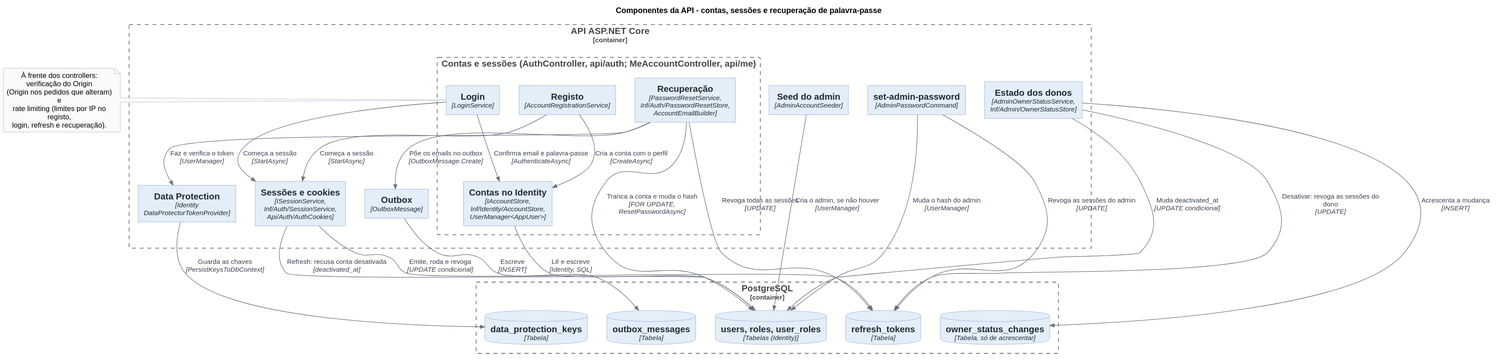
The PlantUML diagram docs/architecture/out/03-components-api-accounts.svg in rodrigo4sousa/SportsEstablishments, before a commit. Source of this version:
```plantuml
@startuml
!include <C4/C4_Component>
!include ../style.puml

title Componentes da API - contas, sessões e recuperação de palavra-passe

LAYOUT_TOP_DOWN()

Container_Boundary(C_API, "API ASP.NET Core") {
  Boundary(API_AUTH, "Contas e sessões (AuthController, api/auth; MeAccountController, api/me)") {
    Component(API_AUTH_REG, "Registo", "AccountRegistrationService")
    Component(API_AUTH_LOGIN, "Login", "LoginService")
    Component(API_AUTH_RESET, "Recuperação", "PasswordResetService, Inf/Auth/PasswordResetStore, AccountEmailBuilder")
    Component(API_AUTH_ACCOUNTS, "Contas no Identity", "IAccountStore, Inf/Identity/AccountStore, UserManager<AppUser>")
  }
  Component(CC_COOKIES, "Sessões e cookies", "ISessionService, Inf/Auth/SessionService, Api/Auth/AuthCookies")
  Component(CC_DATAPROT, "Data Protection", "Identity DataProtectorTokenProvider")
  Component(API_ADMINSEED, "Seed do admin", "AdminAccountSeeder")
  Component(API_ADMINPW, "set-admin-password", "AdminPasswordCommand")
  Component(API_ADMIN, "Estado dos donos", "AdminOwnerStatusService, Inf/Admin/OwnerStatusStore")
  Component(API_NOTIF, "Outbox", "OutboxMessage")
}

Container_Boundary(C_DB, "PostgreSQL") {
  ComponentDb(DB_USERS, "users, roles, user_roles", "Tabelas (Identity)")
  ComponentDb(DB_REFRESH, "refresh_tokens", "Tabela")
  ComponentDb(DB_DPKEYS, "data_protection_keys", "Tabela")
  ComponentDb(DB_STATUSCHG, "owner_status_changes", "Tabela, só de acrescentar")
  ComponentDb(DB_OUTBOX, "outbox_messages", "Tabela")
}

Rel(API_AUTH_REG, API_AUTH_ACCOUNTS, $plain("Cria a conta com o perfil"), "CreateAsync")
Rel(API_AUTH_REG, CC_COOKIES, $plain("Começa a sessão"), "StartAsync")
Rel(API_AUTH_LOGIN, API_AUTH_ACCOUNTS, $plain("Confirma email e palavra-passe"), "AuthenticateAsync")
Rel(API_AUTH_LOGIN, CC_COOKIES, $plain("Começa a sessão"), "StartAsync")
Rel(API_AUTH_ACCOUNTS, DB_USERS, $plain("Lê e escreve"), "Identity, SQL")
Rel(CC_COOKIES, DB_REFRESH, $plain("Emite, roda e revoga"), "UPDATE condicional")
Rel(CC_COOKIES, DB_USERS, $plain("Refresh: recusa conta desativada"), "deactivated_at")
Rel(API_AUTH_RESET, DB_USERS, $plain("Tranca a conta e muda o hash"), "FOR UPDATE, ResetPasswordAsync")
Rel(API_AUTH_RESET, DB_REFRESH, $plain("Revoga todas as sessões"), "UPDATE")
Rel(API_AUTH_RESET, API_NOTIF, $plain("Põe os emails no outbox"), "OutboxMessage.Create")
Rel(API_AUTH_RESET, CC_DATAPROT, $plain("Faz e verifica o token"), "UserManager")
Rel(CC_DATAPROT, DB_DPKEYS, $plain("Guarda as chaves"), "PersistKeysToDbContext")
Rel(API_NOTIF, DB_OUTBOX, $plain("Escreve"), "INSERT")
Rel(API_ADMINSEED, DB_USERS, $plain("Cria o admin, se não houver"), "UserManager")
Rel(API_ADMINPW, DB_USERS, $plain("Muda o hash do admin"), "UserManager")
Rel(API_ADMINPW, DB_REFRESH, $plain("Revoga as sessões do admin"), "UPDATE")
Rel(API_ADMIN, DB_USERS, $plain("Muda deactivated_at"), "UPDATE condicional")
Rel(API_ADMIN, DB_STATUSCHG, $plain("Acrescenta a mudança"), "INSERT")
Rel(API_ADMIN, DB_REFRESH, $plain("Desativar: revoga as sessões do dono"), "UPDATE")

note left of API_AUTH_LOGIN
  À frente dos controllers: verificação do Origin
  (Origin nos pedidos que alteram) e
  rate limiting (limites por IP no registo,
  login, refresh e recuperação).
end note
@enduml
```
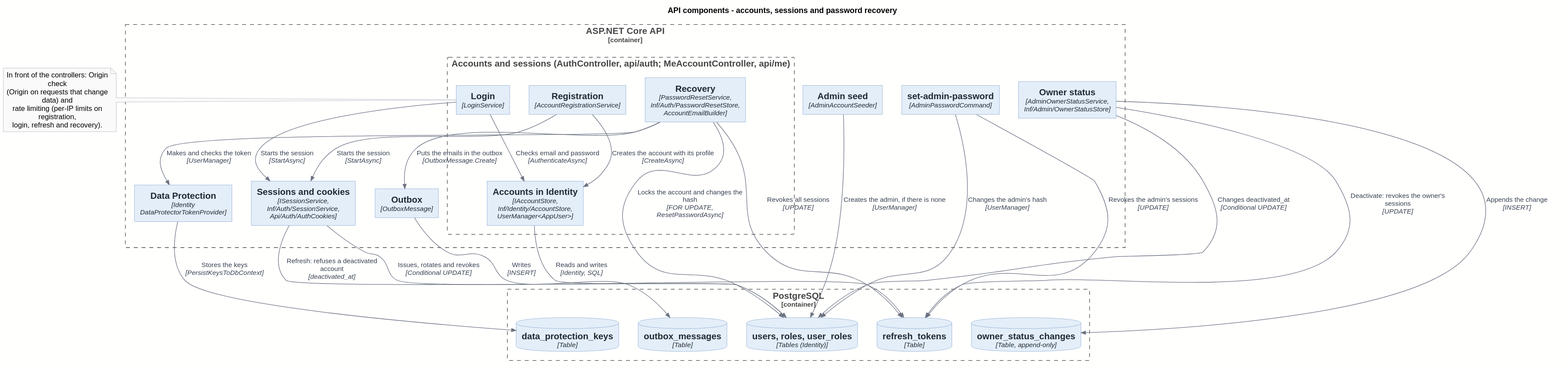
After the commit.

The edit, as a diff of the source:
```diff
@@ -2,57 +2,57 @@
 !include <C4/C4_Component>
 !include ../style.puml
 
-title Componentes da API - contas, sessões e recuperação de palavra-passe
+title API components - accounts, sessions and password recovery
 
 LAYOUT_TOP_DOWN()
 
-Container_Boundary(C_API, "API ASP.NET Core") {
-  Boundary(API_AUTH, "Contas e sessões (AuthController, api/auth; MeAccountController, api/me)") {
-    Component(API_AUTH_REG, "Registo", "AccountRegistrationService")
+Container_Boundary(C_API, "ASP.NET Core API") {
+  Boundary(API_AUTH, "Accounts and sessions (AuthController, api/auth; MeAccountController, api/me)") {
+    Component(API_AUTH_REG, "Registration", "AccountRegistrationService")
     Component(API_AUTH_LOGIN, "Login", "LoginService")
-    Component(API_AUTH_RESET, "Recuperação", "PasswordResetService, Inf/Auth/PasswordResetStore, AccountEmailBuilder")
-    Component(API_AUTH_ACCOUNTS, "Contas no Identity", "IAccountStore, Inf/Identity/AccountStore, UserManager<AppUser>")
+    Component(API_AUTH_RESET, "Recovery", "PasswordResetService, Inf/Auth/PasswordResetStore, AccountEmailBuilder")
+    Component(API_AUTH_ACCOUNTS, "Accounts in Identity", "IAccountStore, Inf/Identity/AccountStore, UserManager<AppUser>")
   }
-  Component(CC_COOKIES, "Sessões e cookies", "ISessionService, Inf/Auth/SessionService, Api/Auth/AuthCookies")
+  Component(CC_COOKIES, "Sessions and cookies", "ISessionService, Inf/Auth/SessionService, Api/Auth/AuthCookies")
   Component(CC_DATAPROT, "Data Protection", "Identity DataProtectorTokenProvider")
-  Component(API_ADMINSEED, "Seed do admin", "AdminAccountSeeder")
+  Component(API_ADMINSEED, "Admin seed", "AdminAccountSeeder")
   Component(API_ADMINPW, "set-admin-password", "AdminPasswordCommand")
-  Component(API_ADMIN, "Estado dos donos", "AdminOwnerStatusService, Inf/Admin/OwnerStatusStore")
+  Component(API_ADMIN, "Owner status", "AdminOwnerStatusService, Inf/Admin/OwnerStatusStore")
   Component(API_NOTIF, "Outbox", "OutboxMessage")
 }
 
 Container_Boundary(C_DB, "PostgreSQL") {
-  ComponentDb(DB_USERS, "users, roles, user_roles", "Tabelas (Identity)")
-  ComponentDb(DB_REFRESH, "refresh_tokens", "Tabela")
-  ComponentDb(DB_DPKEYS, "data_protection_keys", "Tabela")
-  ComponentDb(DB_STATUSCHG, "owner_status_changes", "Tabela, só de acrescentar")
-  ComponentDb(DB_OUTBOX, "outbox_messages", "Tabela")
+  ComponentDb(DB_USERS, "users, roles, user_roles", "Tables (Identity)")
+  ComponentDb(DB_REFRESH, "refresh_tokens", "Table")
+  ComponentDb(DB_DPKEYS, "data_protection_keys", "Table")
+  ComponentDb(DB_STATUSCHG, "owner_status_changes", "Table, append-only")
+  ComponentDb(DB_OUTBOX, "outbox_messages", "Table")
 }
 
-Rel(API_AUTH_REG, API_AUTH_ACCOUNTS, $plain("Cria a conta com o perfil"), "CreateAsync")
-Rel(API_AUTH_REG, CC_COOKIES, $plain("Começa a sessão"), "StartAsync")
-Rel(API_AUTH_LOGIN, API_AUTH_ACCOUNTS, $plain("Confirma email e palavra-passe"), "AuthenticateAsync")
-Rel(API_AUTH_LOGIN, CC_COOKIES, $plain("Começa a sessão"), "StartAsync")
-Rel(API_AUTH_ACCOUNTS, DB_USERS, $plain("Lê e escreve"), "Identity, SQL")
-Rel(CC_COOKIES, DB_REFRESH, $plain("Emite, roda e revoga"), "UPDATE condicional")
-Rel(CC_COOKIES, DB_USERS, $plain("Refresh: recusa conta desativada"), "deactivated_at")
-Rel(API_AUTH_RESET, DB_USERS, $plain("Tranca a conta e muda o hash"), "FOR UPDATE, ResetPasswordAsync")
-Rel(API_AUTH_RESET, DB_REFRESH, $plain("Revoga todas as sessões"), "UPDATE")
-Rel(API_AUTH_RESET, API_NOTIF, $plain("Põe os emails no outbox"), "OutboxMessage.Create")
-Rel(API_AUTH_RESET, CC_DATAPROT, $plain("Faz e verifica o token"), "UserManager")
-Rel(CC_DATAPROT, DB_DPKEYS, $plain("Guarda as chaves"), "PersistKeysToDbContext")
-Rel(API_NOTIF, DB_OUTBOX, $plain("Escreve"), "INSERT")
-Rel(API_ADMINSEED, DB_USERS, $plain("Cria o admin, se não houver"), "UserManager")
-Rel(API_ADMINPW, DB_USERS, $plain("Muda o hash do admin"), "UserManager")
-Rel(API_ADMINPW, DB_REFRESH, $plain("Revoga as sessões do admin"), "UPDATE")
-Rel(API_ADMIN, DB_USERS, $plain("Muda deactivated_at"), "UPDATE condicional")
-Rel(API_ADMIN, DB_STATUSCHG, $plain("Acrescenta a mudança"), "INSERT")
-Rel(API_ADMIN, DB_REFRESH, $plain("Desativar: revoga as sessões do dono"), "UPDATE")
+Rel(API_AUTH_REG, API_AUTH_ACCOUNTS, $plain("Creates the account with its profile"), "CreateAsync")
+Rel(API_AUTH_REG, CC_COOKIES, $plain("Starts the session"), "StartAsync")
+Rel(API_AUTH_LOGIN, API_AUTH_ACCOUNTS, $plain("Checks email and password"), "AuthenticateAsync")
+Rel(API_AUTH_LOGIN, CC_COOKIES, $plain("Starts the session"), "StartAsync")
+Rel(API_AUTH_ACCOUNTS, DB_USERS, $plain("Reads and writes"), "Identity, SQL")
+Rel(CC_COOKIES, DB_REFRESH, $plain("Issues, rotates and revokes"), "Conditional UPDATE")
+Rel(CC_COOKIES, DB_USERS, $plain("Refresh: refuses a deactivated account"), "deactivated_at")
+Rel(API_AUTH_RESET, DB_USERS, $plain("Locks the account and changes the hash"), "FOR UPDATE, ResetPasswordAsync")
+Rel(API_AUTH_RESET, DB_REFRESH, $plain("Revokes all sessions"), "UPDATE")
+Rel(API_AUTH_RESET, API_NOTIF, $plain("Puts the emails in the outbox"), "OutboxMessage.Create")
+Rel(API_AUTH_RESET, CC_DATAPROT, $plain("Makes and checks the token"), "UserManager")
+Rel(CC_DATAPROT, DB_DPKEYS, $plain("Stores the keys"), "PersistKeysToDbContext")
+Rel(API_NOTIF, DB_OUTBOX, $plain("Writes"), "INSERT")
+Rel(API_ADMINSEED, DB_USERS, $plain("Creates the admin, if there is none"), "UserManager")
+Rel(API_ADMINPW, DB_USERS, $plain("Changes the admin's hash"), "UserManager")
+Rel(API_ADMINPW, DB_REFRESH, $plain("Revokes the admin's sessions"), "UPDATE")
+Rel(API_ADMIN, DB_USERS, $plain("Changes deactivated_at"), "Conditional UPDATE")
+Rel(API_ADMIN, DB_STATUSCHG, $plain("Appends the change"), "INSERT")
+Rel(API_ADMIN, DB_REFRESH, $plain("Deactivate: revokes the owner's sessions"), "UPDATE")
 
 note left of API_AUTH_LOGIN
-  À frente dos controllers: verificação do Origin
-  (Origin nos pedidos que alteram) e
-  rate limiting (limites por IP no registo,
-  login, refresh e recuperação).
+  In front of the controllers: Origin check
+  (Origin on requests that change data) and
+  rate limiting (per-IP limits on registration,
+  login, refresh and recovery).
 end note
 @enduml
```
